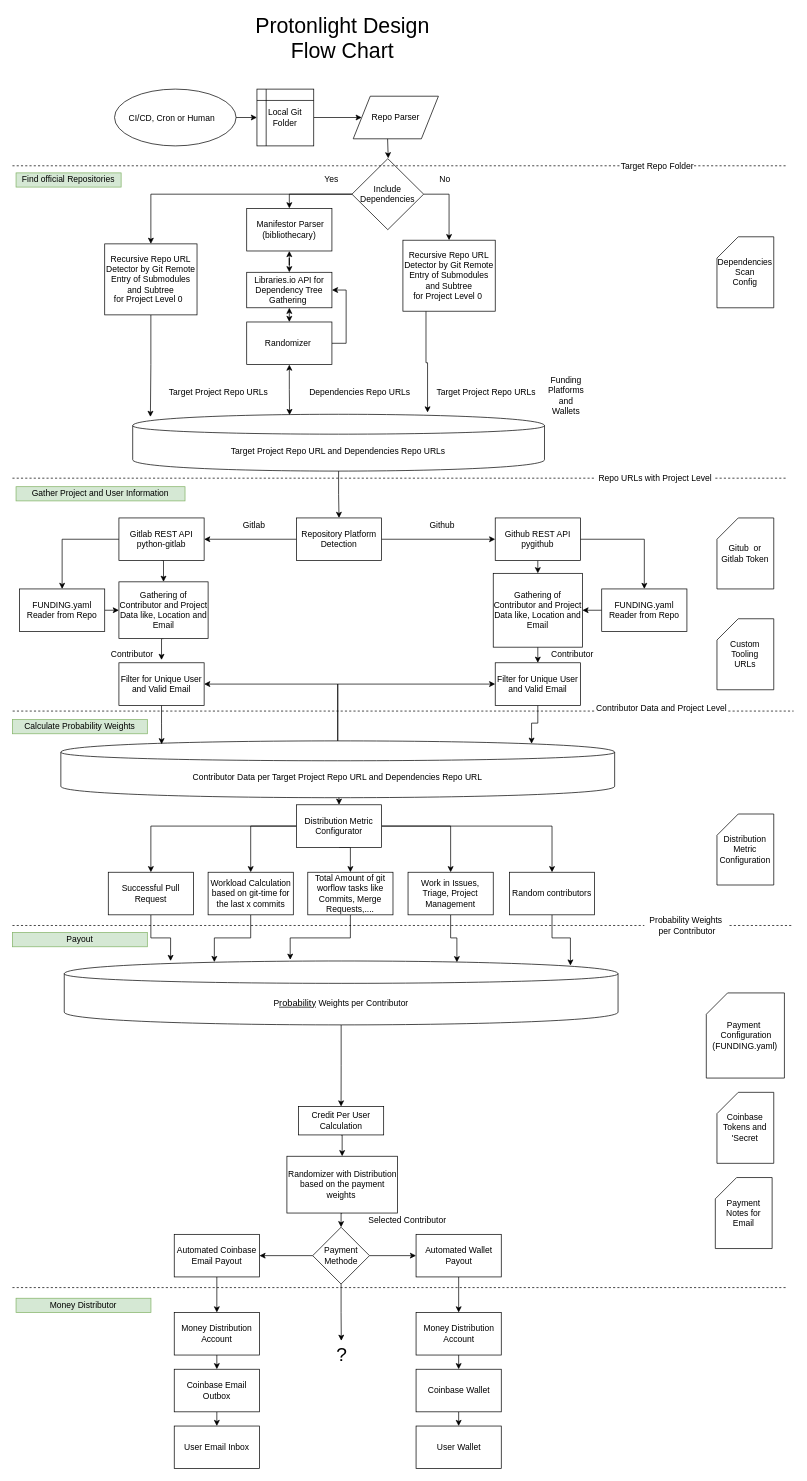
This is docs/design/protonlight.drawio from protontypes/LibreSelery, a draw.io file, before an edit. Source tidied: cells renumbered, new cells numbered last; positions are measured from the earlier drawing's top-left corner, leaving out a move shared by most shapes. Both pictures are drawn from the tidied source at 71%, with x=0, y=0 at pixel (12, 23).
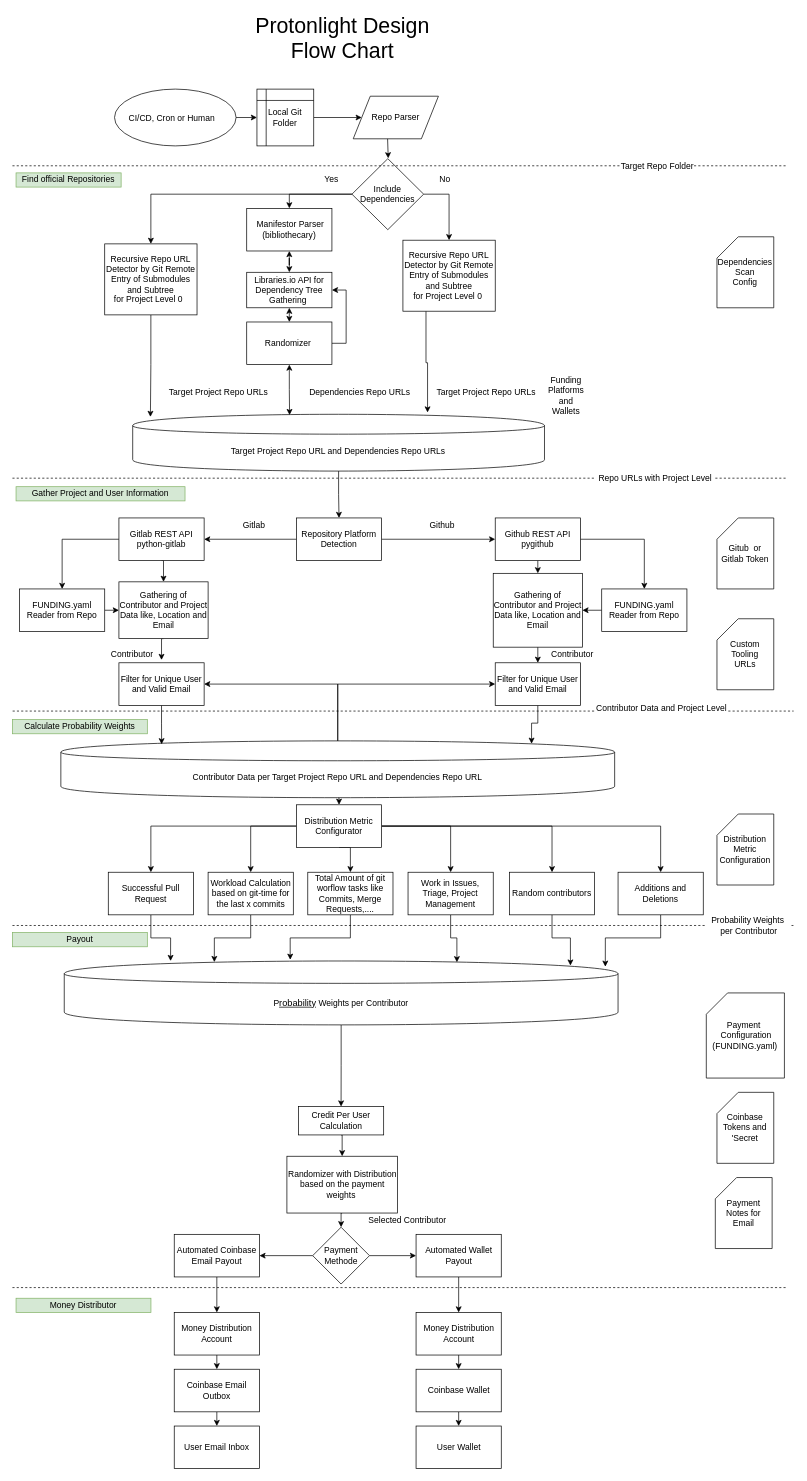
The same page after the edit.

Commit message (it also covers changes not shown here):
added addition and delection metric to design

The change refers to these unchanged cells:
```xml
<mxCell id="69" value="Distribution Metric Configurator" style="rounded=0;whiteSpace=wrap;html=1;" parent="1" vertex="1">
  <mxGeometry x="400" y="1100" width="120" height="60" as="geometry" />
</mxCell>
<mxCell id="77" value="P&lt;a href=&quot;https://www.dict.cc/englisch-deutsch/probability.html&quot; style=&quot;color: black ; font-family: &amp;#34;arial&amp;#34; , &amp;#34;helvetica&amp;#34; , sans-serif ; font-size: 13px&quot;&gt;robability&lt;/a&gt;&amp;nbsp;Weights&amp;nbsp;per Contributor" style="shape=cylinder;whiteSpace=wrap;html=1;boundedLbl=1;backgroundOutline=1;" parent="1" vertex="1">
  <mxGeometry x="73" y="1320" width="780" height="90" as="geometry" />
</mxCell>
<mxCell id="82" value="Payment Methode" style="rhombus;whiteSpace=wrap;html=1;" parent="1" vertex="1">
  <mxGeometry x="422.9" y="1695" width="80" height="80" as="geometry" />
</mxCell>
```

Change to the diagram source:
```diff
@@
+    <mxCell id="127" style="edgeStyle=orthogonalEdgeStyle;rounded=0;jettySize=auto;html=1;exitX=1;exitY=0.5;exitDx=0;exitDy=0;entryX=0.5;entryY=0;entryDx=0;entryDy=0;" parent="1" edge="1" source="69" target="129">
+      <mxGeometry relative="1" as="geometry" />
+    </mxCell>
@@
-    <mxCell id="81" style="edgeStyle=orthogonalEdgeStyle;rounded=0;jettySize=auto;html=1;exitX=0.5;exitY=1;exitDx=0;exitDy=0;startArrow=none;startFill=0;" parent="1" edge="1" source="82">
-      <mxGeometry relative="1" as="geometry">
-        <mxPoint x="463.2" y="1855" as="targetPoint" />
-      </mxGeometry>
-    </mxCell>
@@
-    <mxCell id="100" value="&lt;font style=&quot;font-size: 27px&quot;&gt;?&lt;/font&gt;" style="text;html=1;strokeColor=none;fillColor=none;align=center;verticalAlign=middle;whiteSpace=wrap;rounded=0;" parent="1" vertex="1">
-      <mxGeometry x="444.4" y="1865" width="40" height="20" as="geometry" />
-    </mxCell>
@@
     <mxCell id="120" value="Probability Weights&amp;nbsp;&lt;br&gt;per Contributor" style="text;html=1;align=center;verticalAlign=middle;points=[];" parent="1" vertex="1">
-      <mxGeometry x="890" y="1255" width="120" height="30" as="geometry" />
+      <mxGeometry x="977.3" y="1255" width="120" height="30" as="geometry" />
     </mxCell>
@@
+    <mxCell id="128" style="edgeStyle=orthogonalEdgeStyle;rounded=0;jettySize=auto;html=1;exitX=0.5;exitY=1;exitDx=0;exitDy=0;entryX=0.977;entryY=0.089;entryDx=0;entryDy=0;entryPerimeter=0;" parent="1" edge="1" source="129" target="77">
+      <mxGeometry relative="1" as="geometry" />
+    </mxCell>
+    <mxCell id="129" value="Additions and Deletions" style="rounded=0;whiteSpace=wrap;html=1;" parent="1" vertex="1">
+      <mxGeometry x="853" y="1195" width="120" height="60" as="geometry" />
+    </mxCell>
```
